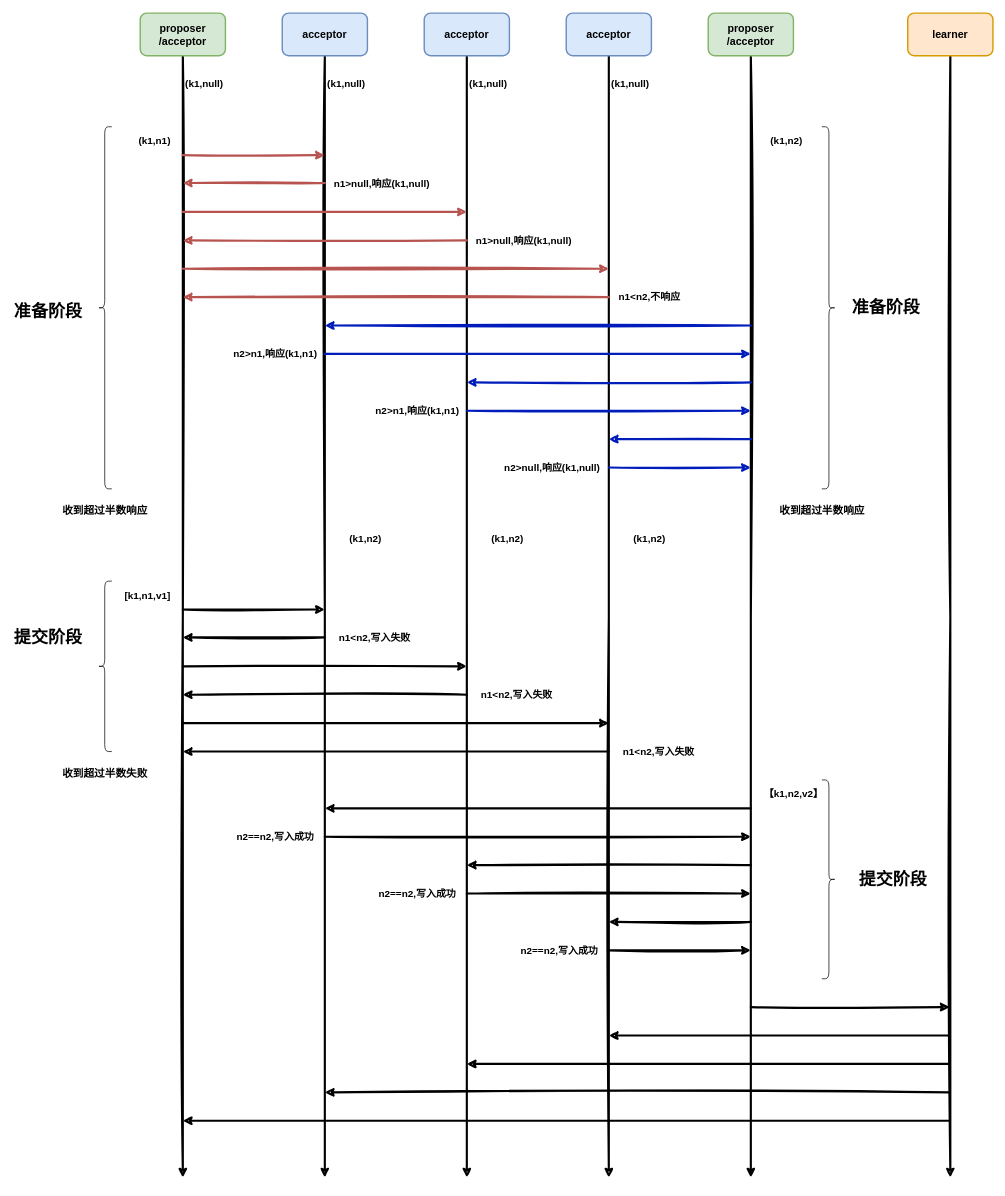
donscoco/diagrams keeps this draw.io diagram as distributed/paxos-3.drawio. Above is the earlier version. Source tidied: cells renumbered, new cells numbered last; positions are measured from the earlier drawing's top-left corner, leaving out a move shared by most shapes. Both pictures are drawn from the tidied source at 71%, with x=0, y=0 at pixel (12, 13).
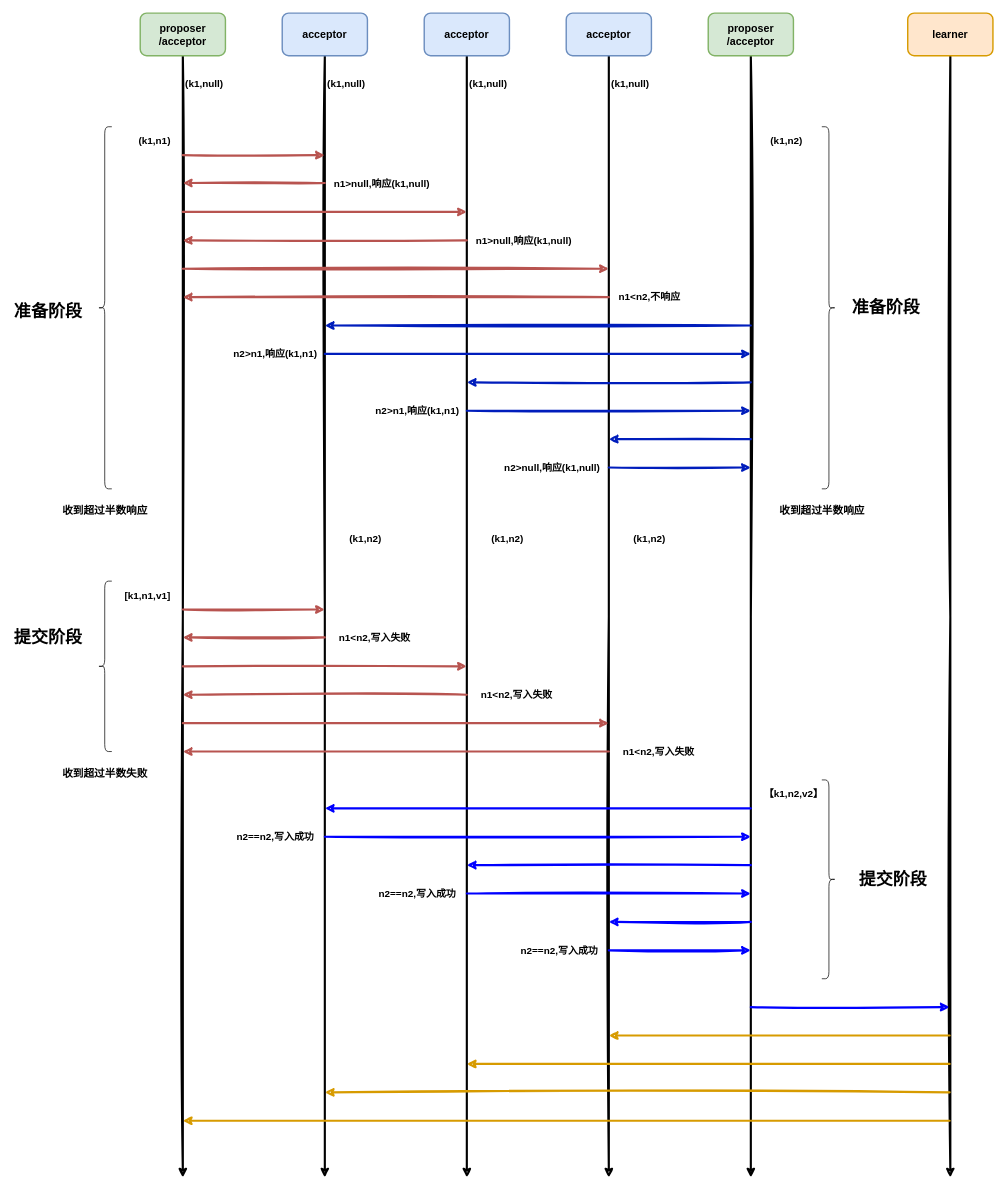
The same page after the edit.

Diff of the diagram source:
```diff
@@
-    <mxCell id="22" style="endArrow=classic;html=1;rounded=0;sketch=1;strokeWidth=3;fontSize=14;" parent="1" edge="1">
+    <mxCell id="22" style="endArrow=classic;html=1;rounded=0;sketch=1;strokeWidth=3;fontSize=14;fillColor=#f8cecc;strokeColor=#b85450;" parent="1" edge="1">
       <mxGeometry relative="1" as="geometry">
         <mxPoint x="240" y="840" as="sourcePoint" />
         <mxPoint x="440" y="840" as="targetPoint" />
       </mxGeometry>
     </mxCell>
-    <mxCell id="23" style="endArrow=classic;html=1;rounded=0;sketch=1;strokeWidth=3;fontSize=15;" parent="1" edge="1">
+    <mxCell id="23" style="endArrow=classic;html=1;rounded=0;sketch=1;strokeWidth=3;fontSize=15;fillColor=#f8cecc;strokeColor=#b85450;" parent="1" edge="1">
       <mxGeometry relative="1" as="geometry">
         <mxPoint x="240" y="920" as="sourcePoint" />
         <mxPoint x="640" y="920" as="targetPoint" />
       </mxGeometry>
     </mxCell>
@@
-    <mxCell id="33" value="n1&amp;lt;n2,写入失败" style="text;strokeColor=none;fillColor=none;html=1;fontSize=14;fontStyle=1;verticalAlign=middle;align=center;sketch=0;" parent="1" vertex="1">
+    <mxCell id="33" value="n1&amp;lt;n2,写入失败" style="text;html=1;fontSize=14;fontStyle=1;verticalAlign=middle;align=center;sketch=0;" parent="1" vertex="1">
       <mxGeometry x="660" y="940" width="100" height="40" as="geometry" />
     </mxCell>
-    <mxCell id="34" value="n1&amp;lt;n2,写入失败" style="text;strokeColor=none;fillColor=none;html=1;fontSize=14;fontStyle=1;verticalAlign=middle;align=center;sketch=0;" parent="1" vertex="1">
+    <mxCell id="34" value="n1&amp;lt;n2,写入失败" style="text;html=1;fontSize=14;fontStyle=1;verticalAlign=middle;align=center;sketch=0;" parent="1" vertex="1">
       <mxGeometry x="860" y="1020" width="100" height="40" as="geometry" />
     </mxCell>
@@
-    <mxCell id="52" style="endArrow=classic;html=1;rounded=0;sketch=1;strokeWidth=3;fontSize=15;" parent="1" edge="1">
+    <mxCell id="52" style="endArrow=classic;html=1;rounded=0;sketch=1;strokeWidth=3;fontSize=15;fillColor=#f8cecc;strokeColor=#b85450;" parent="1" edge="1">
       <mxGeometry relative="1" as="geometry">
         <mxPoint x="440" y="879.3" as="sourcePoint" />
         <mxPoint x="240" y="879.3" as="targetPoint" />
       </mxGeometry>
     </mxCell>
-    <mxCell id="53" value="n1&amp;lt;n2,写入失败" style="text;strokeColor=none;fillColor=none;html=1;fontSize=14;fontStyle=1;verticalAlign=middle;align=center;sketch=0;" parent="1" vertex="1">
+    <mxCell id="53" value="n1&amp;lt;n2,写入失败" style="text;html=1;fontSize=14;fontStyle=1;verticalAlign=middle;align=center;sketch=0;" parent="1" vertex="1">
       <mxGeometry x="460" y="860" width="100" height="40" as="geometry" />
     </mxCell>
-    <mxCell id="54" style="endArrow=classic;html=1;rounded=0;sketch=1;strokeWidth=3;fontSize=15;" parent="1" edge="1">
+    <mxCell id="54" style="endArrow=classic;html=1;rounded=0;sketch=1;strokeWidth=3;fontSize=15;fillColor=#f8cecc;strokeColor=#b85450;" parent="1" edge="1">
       <mxGeometry relative="1" as="geometry">
         <mxPoint x="640" y="960" as="sourcePoint" />
         <mxPoint x="240" y="960" as="targetPoint" />
       </mxGeometry>
     </mxCell>
-    <mxCell id="55" style="endArrow=classic;html=1;rounded=0;sketch=1;strokeWidth=3;fontSize=15;" parent="1" edge="1">
+    <mxCell id="55" style="endArrow=classic;html=1;rounded=0;sketch=1;strokeWidth=3;fontSize=15;fillColor=#f8cecc;strokeColor=#b85450;" parent="1" edge="1">
       <mxGeometry relative="1" as="geometry">
         <mxPoint x="240" y="1000" as="sourcePoint" />
         <mxPoint x="840" y="1000" as="targetPoint" />
       </mxGeometry>
     </mxCell>
-    <mxCell id="56" style="endArrow=classic;html=1;rounded=0;sketch=1;strokeWidth=3;fontSize=15;" parent="1" edge="1">
+    <mxCell id="56" style="endArrow=classic;html=1;rounded=0;sketch=1;strokeWidth=3;fontSize=15;fillColor=#f8cecc;strokeColor=#b85450;" parent="1" edge="1">
       <mxGeometry relative="1" as="geometry">
         <mxPoint x="840" y="1040" as="sourcePoint" />
         <mxPoint x="240" y="1040" as="targetPoint" />
       </mxGeometry>
     </mxCell>
@@
-    <mxCell id="58" style="endArrow=classic;html=1;rounded=0;sketch=1;strokeWidth=3;fontSize=15;" parent="1" edge="1">
+    <mxCell id="58" style="endArrow=classic;html=1;rounded=0;sketch=1;strokeWidth=3;fontSize=15;strokeColor=#0000FF;" parent="1" edge="1">
       <mxGeometry relative="1" as="geometry">
         <mxPoint x="1040" y="1120" as="sourcePoint" />
         <mxPoint x="440" y="1120" as="targetPoint" />
       </mxGeometry>
     </mxCell>
-    <mxCell id="59" style="endArrow=classic;html=1;rounded=0;sketch=1;strokeWidth=3;fontSize=15;" parent="1" edge="1">
+    <mxCell id="59" style="endArrow=classic;html=1;rounded=0;sketch=1;strokeWidth=3;fontSize=15;strokeColor=#0000FF;" parent="1" edge="1">
       <mxGeometry relative="1" as="geometry">
         <mxPoint x="440" y="1160" as="sourcePoint" />
         <mxPoint x="1040" y="1160" as="targetPoint" />
       </mxGeometry>
     </mxCell>
-    <mxCell id="60" style="endArrow=classic;html=1;rounded=0;sketch=1;strokeWidth=3;fontSize=15;" parent="1" edge="1">
+    <mxCell id="60" style="endArrow=classic;html=1;rounded=0;sketch=1;strokeWidth=3;fontSize=15;strokeColor=#0000FF;" parent="1" edge="1">
       <mxGeometry relative="1" as="geometry">
         <mxPoint x="1040" y="1200" as="sourcePoint" />
         <mxPoint x="640" y="1200" as="targetPoint" />
       </mxGeometry>
     </mxCell>
-    <mxCell id="61" style="endArrow=classic;html=1;rounded=0;sketch=1;strokeWidth=3;fontSize=15;" parent="1" edge="1">
+    <mxCell id="61" style="endArrow=classic;html=1;rounded=0;sketch=1;strokeWidth=3;fontSize=15;strokeColor=#0000FF;" parent="1" edge="1">
       <mxGeometry relative="1" as="geometry">
         <mxPoint x="640" y="1240" as="sourcePoint" />
         <mxPoint x="1040" y="1240" as="targetPoint" />
       </mxGeometry>
     </mxCell>
-    <mxCell id="62" value="n2==n2,写入成功" style="text;strokeColor=none;fillColor=none;html=1;fontSize=14;fontStyle=1;verticalAlign=middle;align=center;sketch=0;" parent="1" vertex="1">
+    <mxCell id="62" value="n2==n2,写入成功" style="text;html=1;fontSize=14;fontStyle=1;verticalAlign=middle;align=center;sketch=0;" parent="1" vertex="1">
       <mxGeometry x="520" y="1220" width="100" height="40" as="geometry" />
     </mxCell>
-    <mxCell id="63" style="endArrow=classic;html=1;rounded=0;sketch=1;strokeWidth=3;fontSize=15;" parent="1" edge="1">
+    <mxCell id="63" style="endArrow=classic;html=1;rounded=0;sketch=1;strokeWidth=3;fontSize=15;strokeColor=#0000FF;" parent="1" edge="1">
       <mxGeometry relative="1" as="geometry">
         <mxPoint x="840" y="1320" as="sourcePoint" />
         <mxPoint x="1040" y="1320" as="targetPoint" />
       </mxGeometry>
     </mxCell>
-    <mxCell id="64" style="endArrow=classic;html=1;rounded=0;sketch=1;strokeWidth=3;fontSize=15;" parent="1" edge="1">
+    <mxCell id="64" style="endArrow=classic;html=1;rounded=0;sketch=1;strokeWidth=3;fontSize=15;strokeColor=#0000FF;" parent="1" edge="1">
       <mxGeometry relative="1" as="geometry">
         <mxPoint x="1040" y="1280" as="sourcePoint" />
         <mxPoint x="840" y="1280" as="targetPoint" />
       </mxGeometry>
     </mxCell>
@@
-    <mxCell id="72" style="endArrow=classic;html=1;rounded=0;sketch=1;strokeWidth=3;fontSize=15;" parent="1" edge="1">
+    <mxCell id="72" style="endArrow=classic;html=1;rounded=0;sketch=1;strokeWidth=3;fontSize=15;strokeColor=#0000FF;" parent="1" edge="1">
       <mxGeometry relative="1" as="geometry">
         <mxPoint x="1040" y="1400" as="sourcePoint" />
         <mxPoint x="1320" y="1400" as="targetPoint" />
       </mxGeometry>
     </mxCell>
-    <mxCell id="73" style="endArrow=classic;html=1;rounded=0;sketch=1;strokeWidth=3;fontSize=15;" parent="1" edge="1">
+    <mxCell id="73" style="endArrow=classic;html=1;rounded=0;sketch=1;strokeWidth=3;fontSize=15;fillColor=#ffe6cc;strokeColor=#d79b00;" parent="1" edge="1">
       <mxGeometry relative="1" as="geometry">
         <mxPoint x="1320" y="1440" as="sourcePoint" />
         <mxPoint x="840" y="1440" as="targetPoint" />
       </mxGeometry>
     </mxCell>
-    <mxCell id="74" style="endArrow=classic;html=1;rounded=0;sketch=1;strokeWidth=3;fontSize=15;" parent="1" edge="1">
+    <mxCell id="74" style="endArrow=classic;html=1;rounded=0;sketch=1;strokeWidth=3;fontSize=15;fillColor=#ffe6cc;strokeColor=#d79b00;" parent="1" edge="1">
       <mxGeometry relative="1" as="geometry">
         <mxPoint x="1320" y="1480" as="sourcePoint" />
         <mxPoint x="640" y="1480" as="targetPoint" />
       </mxGeometry>
     </mxCell>
-    <mxCell id="75" style="endArrow=classic;html=1;rounded=0;sketch=1;strokeWidth=3;fontSize=15;" parent="1" edge="1">
+    <mxCell id="75" style="endArrow=classic;html=1;rounded=0;sketch=1;strokeWidth=3;fontSize=15;fillColor=#ffe6cc;strokeColor=#d79b00;" parent="1" edge="1">
       <mxGeometry relative="1" as="geometry">
         <mxPoint x="1320" y="1520" as="sourcePoint" />
         <mxPoint x="440" y="1520" as="targetPoint" />
       </mxGeometry>
     </mxCell>
-    <mxCell id="76" style="endArrow=classic;html=1;rounded=0;sketch=1;strokeWidth=3;fontSize=15;" parent="1" edge="1">
+    <mxCell id="76" style="endArrow=classic;html=1;rounded=0;sketch=1;strokeWidth=3;fontSize=15;fillColor=#ffe6cc;strokeColor=#d79b00;" parent="1" edge="1">
       <mxGeometry relative="1" as="geometry">
         <mxPoint x="1320" y="1560" as="sourcePoint" />
         <mxPoint x="240" y="1560" as="targetPoint" />
       </mxGeometry>
     </mxCell>
```
